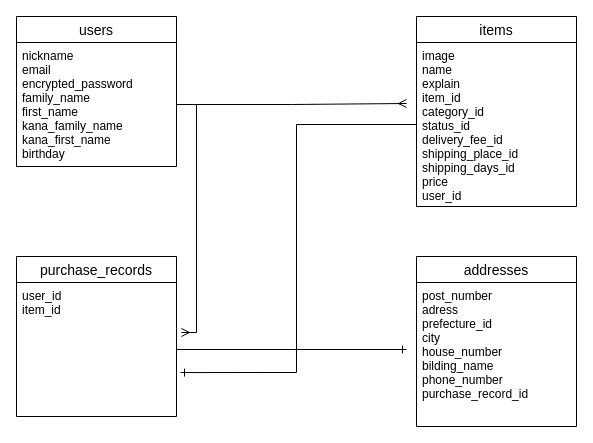
Above: ER.dio in tasuke-61/furima-28661 (draw.io), before the change. Source tidied: cells renumbered, new cells numbered last; positions are measured from the earlier drawing's top-left corner, leaving out a move shared by most shapes. Both pictures are drawn from the tidied source at 100%, with x=0, y=0 at pixel (16, 16).
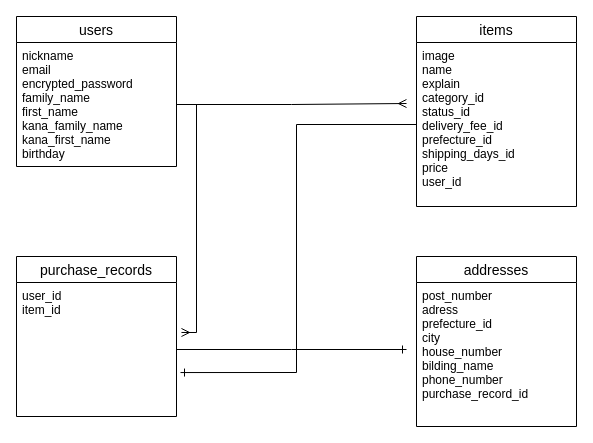
Above is the later version.

Commit message (it also covers changes not shown here):
データベース設計6

Change to the diagram source:
```diff
@@
 <mxGraphModel>
   <root>
     <mxCell id="0" />
     <mxCell id="1" parent="0" />
     <mxCell id="2" value="users" style="swimlane;fontStyle=0;horizontal=1;startSize=26;align=center;fontSize=14;" parent="1" vertex="1">
       <mxGeometry width="160" height="150" as="geometry" />
     </mxCell>
     <mxCell id="3" value="nickname&#10;email&#10;encrypted_password&#10;family_name&#10;first_name&#10;kana_family_name&#10;kana_first_name&#10;birthday&#10;" style="text;strokeColor=none;fillColor=none;spacingLeft=4;spacingRight=4;overflow=hidden;points=[[0,0.5],[1,0.5]];portConstraint=eastwest;fontSize=12;" parent="2" vertex="1">
       <mxGeometry y="26" width="160" height="124" as="geometry" />
     </mxCell>
     <mxCell id="4" value="items" style="swimlane;fontStyle=0;horizontal=1;startSize=26;align=center;fontSize=14;" parent="1" vertex="1">
       <mxGeometry x="400" width="160" height="190" as="geometry" />
     </mxCell>
-    <mxCell id="5" value="image&#10;name&#10;explain&#10;item_id&#10;category_id&#10;status_id&#10;delivery_fee_id&#10;shipping_place_id&#10;shipping_days_id&#10;price&#10;user_id&#10;" style="text;strokeColor=none;fillColor=none;spacingLeft=4;spacingRight=4;overflow=hidden;points=[[0,0.5],[1,0.5]];portConstraint=eastwest;fontSize=12;" parent="4" vertex="1">
+    <mxCell id="5" value="image&#10;name&#10;explain&#10;category_id&#10;status_id&#10;delivery_fee_id&#10;prefecture_id&#10;shipping_days_id&#10;price&#10;user_id&#10;" style="text;strokeColor=none;fillColor=none;spacingLeft=4;spacingRight=4;overflow=hidden;points=[[0,0.5],[1,0.5]];portConstraint=eastwest;fontSize=12;" parent="4" vertex="1">
       <mxGeometry y="26" width="160" height="164" as="geometry" />
     </mxCell>
     <mxCell id="6" value="purchase_records" style="swimlane;fontStyle=0;horizontal=1;startSize=26;align=center;fontSize=14;" parent="1" vertex="1">
       <mxGeometry y="240" width="160" height="160" as="geometry" />
     </mxCell>
     <mxCell id="7" value="addresses" style="swimlane;fontStyle=0;horizontal=1;startSize=26;align=center;fontSize=14;" parent="1" vertex="1">
       <mxGeometry x="400" y="240" width="160" height="170" as="geometry" />
     </mxCell>
     <mxCell id="8" value="post_number&#10;adress&#10;prefecture_id&#10;city&#10;house_number&#10;bilding_name&#10;phone_number&#10;purchase_record_id" style="text;strokeColor=none;fillColor=none;spacingLeft=4;spacingRight=4;overflow=hidden;fontSize=12;" parent="7" vertex="1">
       <mxGeometry y="26" width="160" height="144" as="geometry" />
     </mxCell>
     <mxCell id="9" style="edgeStyle=orthogonalEdgeStyle;rounded=0;jettySize=auto;html=1;exitX=1;exitY=0.5;exitDx=0;exitDy=0;endArrow=ERone;endFill=0;" parent="1" edge="1" source="10">
       <mxGeometry relative="1" as="geometry">
         <mxPoint x="390" y="333" as="targetPoint" />
       </mxGeometry>
     </mxCell>
     <mxCell id="10" value="user_id&#10;item_id" style="text;strokeColor=none;fillColor=none;spacingLeft=4;spacingRight=4;overflow=hidden;points=[[0,0.5],[1,0.5]];portConstraint=eastwest;fontSize=12;" parent="1" vertex="1">
       <mxGeometry y="266" width="160" height="134" as="geometry" />
     </mxCell>
     <mxCell id="11" style="edgeStyle=orthogonalEdgeStyle;rounded=0;jettySize=auto;html=1;exitX=1;exitY=0.5;exitDx=0;exitDy=0;entryX=1.031;entryY=0.373;entryDx=0;entryDy=0;entryPerimeter=0;endArrow=ERmany;endFill=0;" parent="1" edge="1" source="3" target="10">
       <mxGeometry relative="1" as="geometry" />
     </mxCell>
     <mxCell id="12" style="edgeStyle=orthogonalEdgeStyle;rounded=0;jettySize=auto;html=1;exitX=1;exitY=0.5;exitDx=0;exitDy=0;endArrow=ERmany;endFill=0;" parent="1" edge="1" source="3">
       <mxGeometry relative="1" as="geometry">
         <mxPoint x="390" y="87" as="targetPoint" />
       </mxGeometry>
     </mxCell>
     <mxCell id="13" style="edgeStyle=orthogonalEdgeStyle;rounded=0;jettySize=auto;html=1;exitX=0;exitY=0.5;exitDx=0;exitDy=0;entryX=1.025;entryY=0.672;entryDx=0;entryDy=0;entryPerimeter=0;endArrow=ERone;endFill=0;" parent="1" edge="1" source="5" target="10">
       <mxGeometry relative="1" as="geometry" />
     </mxCell>
   </root>
 </mxGraphModel>
```
